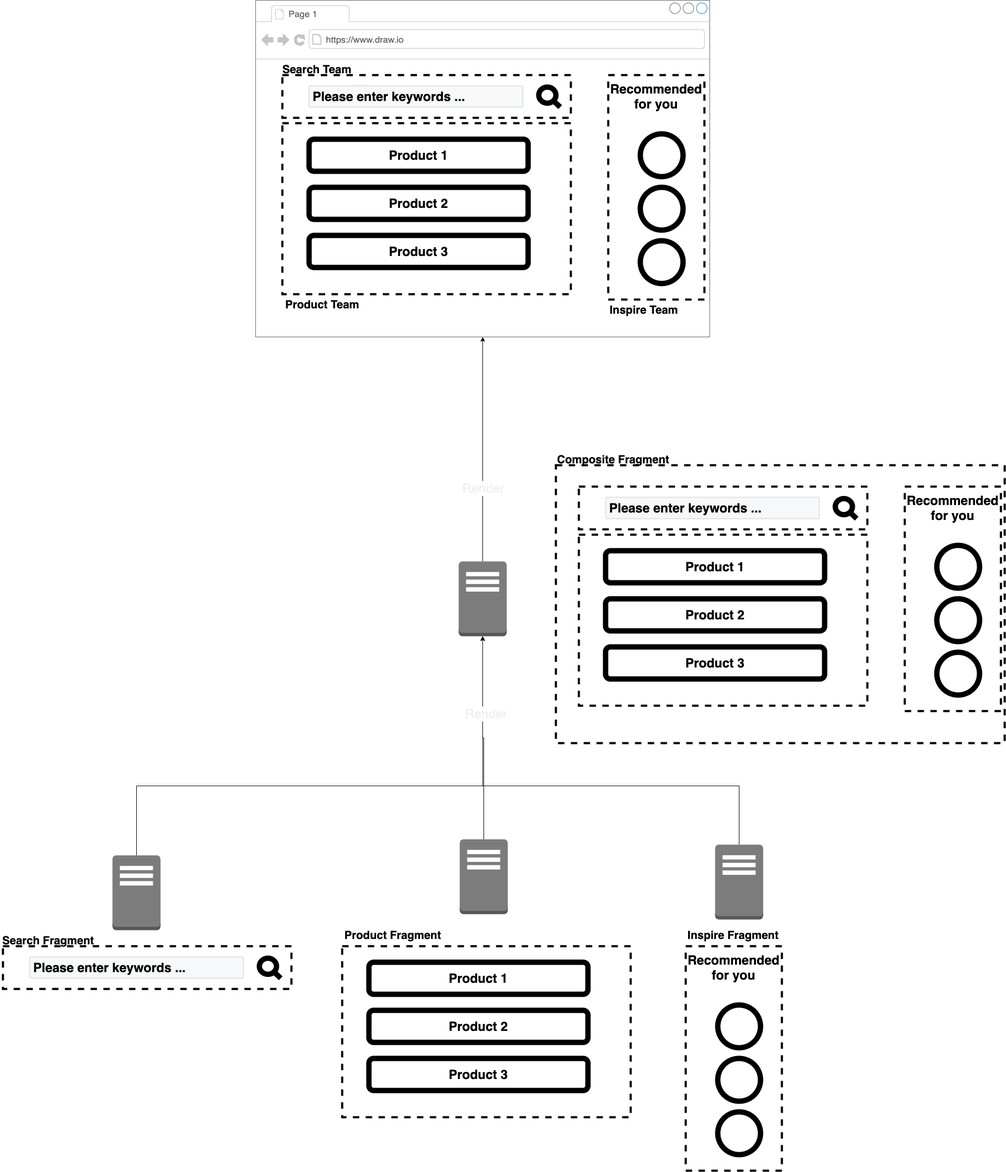
Earlier version of the draw.io export assets/images/drawio/microfrontends/server-side-composition.png (silverbirder/Introduction_to_Micro_Frontends). Source tidied: cells renumbered, new cells last; positions are measured from the earlier drawing's top-left corner, leaving out a move shared by most shapes.
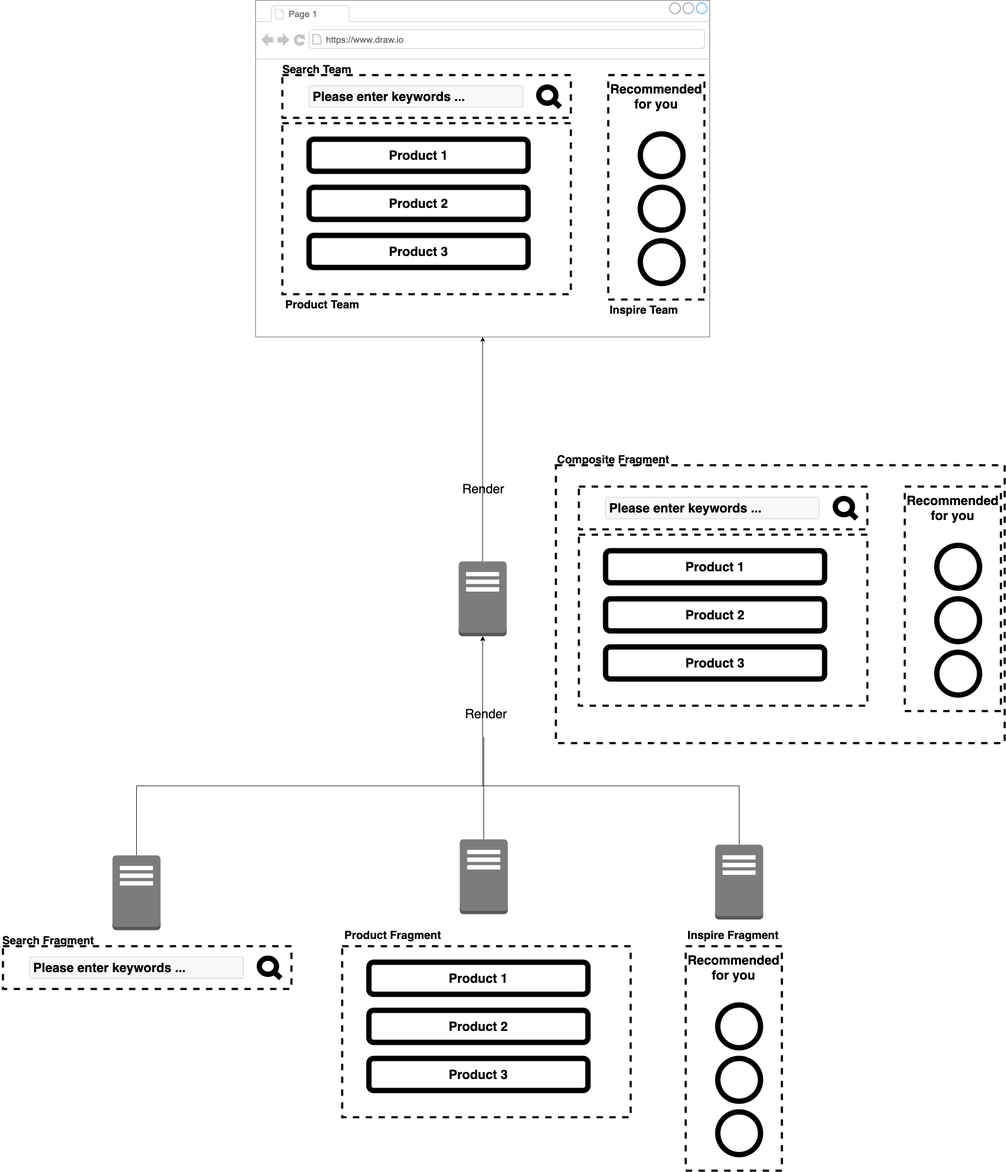
Later version of the same file.

Change to the diagram source:
```diff
@@ -168,7 +168,7 @@
         </Array>
       </mxGeometry>
     </mxCell>
-    <mxCell id="54" value="&lt;font style=&quot;font-size: 24px&quot;&gt;Render&lt;/font&gt;" style="edgeLabel;html=1;align=center;verticalAlign=middle;fontColor=#f0f0f0;" parent="53" vertex="1">
+    <mxCell id="54" value="&lt;font style=&quot;font-size: 24px&quot;&gt;Render&lt;/font&gt;" style="edgeLabel;html=1;align=center;verticalAlign=middle;labelBackgroundColor=none;fontColor=#000000;" parent="53" vertex="1">
       <mxGeometry x="0.67" y="-5" relative="1" as="geometry" />
     </mxCell>
     <mxCell id="55" style="outlineConnect=0;dashed=0;verticalLabelPosition=bottom;verticalAlign=top;align=center;html=1;shape=mxgraph.aws3.traditional_server;fillColor=#7D7C7C;gradientColor=none;" parent="1" vertex="1">
@@ -177,7 +177,7 @@
     <mxCell id="56" style="edgeStyle=orthogonalEdgeStyle;rounded=0;jettySize=auto;html=1;exitX=0.5;exitY=0;exitDx=0;exitDy=0;exitPerimeter=0;fontColor=#f0f0f0;" parent="1" edge="1" source="58" target="2">
       <mxGeometry relative="1" as="geometry" />
     </mxCell>
-    <mxCell id="57" value="&lt;span style=&quot;font-size: 24px&quot;&gt;Render&lt;/span&gt;" style="edgeLabel;html=1;align=center;verticalAlign=middle;fontColor=#f0f0f0;" parent="56" vertex="1">
+    <mxCell id="57" value="&lt;span style=&quot;font-size: 24px&quot;&gt;Render&lt;/span&gt;" style="edgeLabel;html=1;align=center;verticalAlign=middle;labelBackgroundColor=none;fontColor=#000000;" parent="56" vertex="1">
       <mxGeometry x="-0.34" relative="1" as="geometry">
         <mxPoint y="1" as="offset" />
       </mxGeometry>
```
